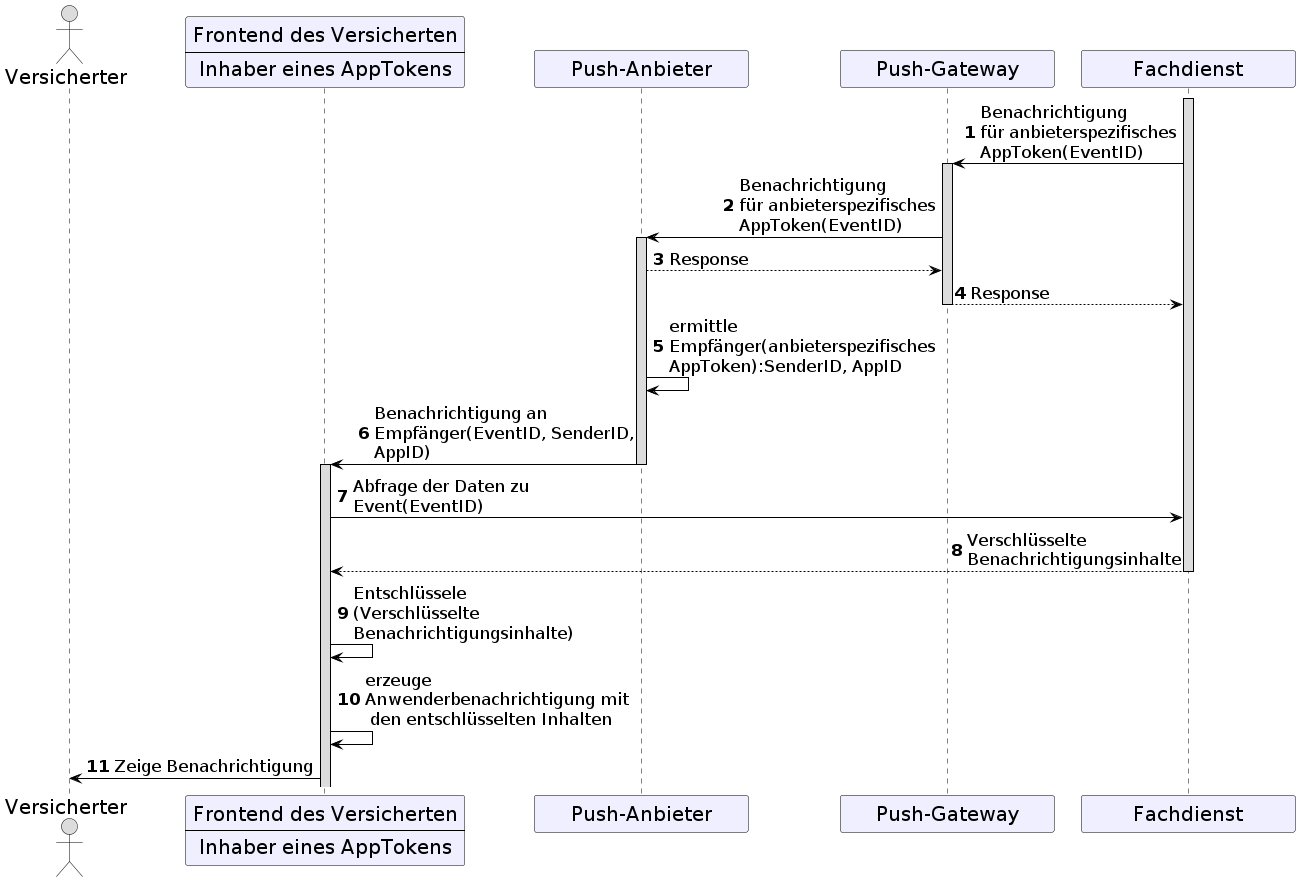
Earlier version of the PlantUML export images/diagrams/TI-M_ePA/push_notifications_fdv_delivery.png (gematik/api-ti-messenger). Its diagram source:
```plantuml
@startuml
skinparam sequenceMessageAlign direction
skinparam minClassWidth 200
skinparam BoxPadding 1
skinparam sequenceReferenceHeaderBackgroundColor palegreen
scale max 2048 width
skinparam maxMessageSize 300

skinparam sequence {
ArrowColor black
ArrowFontSize 17
ActorBorderColor black
LifeLineBorderColor black
LifeLineBackgroundColor Gainsboro

ParticipantBorderColor Motivation
ParticipantBackgroundColor Motivation
ParticipantFontSize 20
ParticipantFontColor black
ParticipantBorderColor Black
ParticipantBackgroundColor MOTIVATION

ActorBackgroundColor Gainsboro
ActorFontColor black
ActorFontSize 20
}

autonumber

    actor v as "Versicherter"
    participant fdv [
      Frontend des Versicherten
      ----
      Inhaber eines AppTokens
    ]
    participant pa as "Push-Anbieter"
    participant pg as "Push-Gateway"
    participant fd as "Fachdienst"

activate fd
fd->pg: Benachrichtigung \nfür anbieterspezifisches AppToken(EventID)
activate pg
pg->pa: Benachrichtigung \nfür anbieterspezifisches AppToken(EventID)
activate pa
pa-->pg: Response
pg-->fd: Response
deactivate pg
pa->pa: ermittle Empfänger(anbieterspezifisches AppToken):SenderID, AppID
pa->fdv: Benachrichtigung an Empfänger(EventID, SenderID, AppID)
deactivate pa
activate fdv
fdv->fd: Abfrage der Daten zu Event(EventID)
fd-->fdv: Verschlüsselte Benachrichtigungsinhalte
deactivate fd
fdv->fdv:Entschlüssele \n(Verschlüsselte Benachrichtigungsinhalte)
fdv->fdv:erzeuge Anwenderbenachrichtigung mit\n den entschlüsselten Inhalten
fdv->v:Zeige Benachrichtigung

@enduml
```
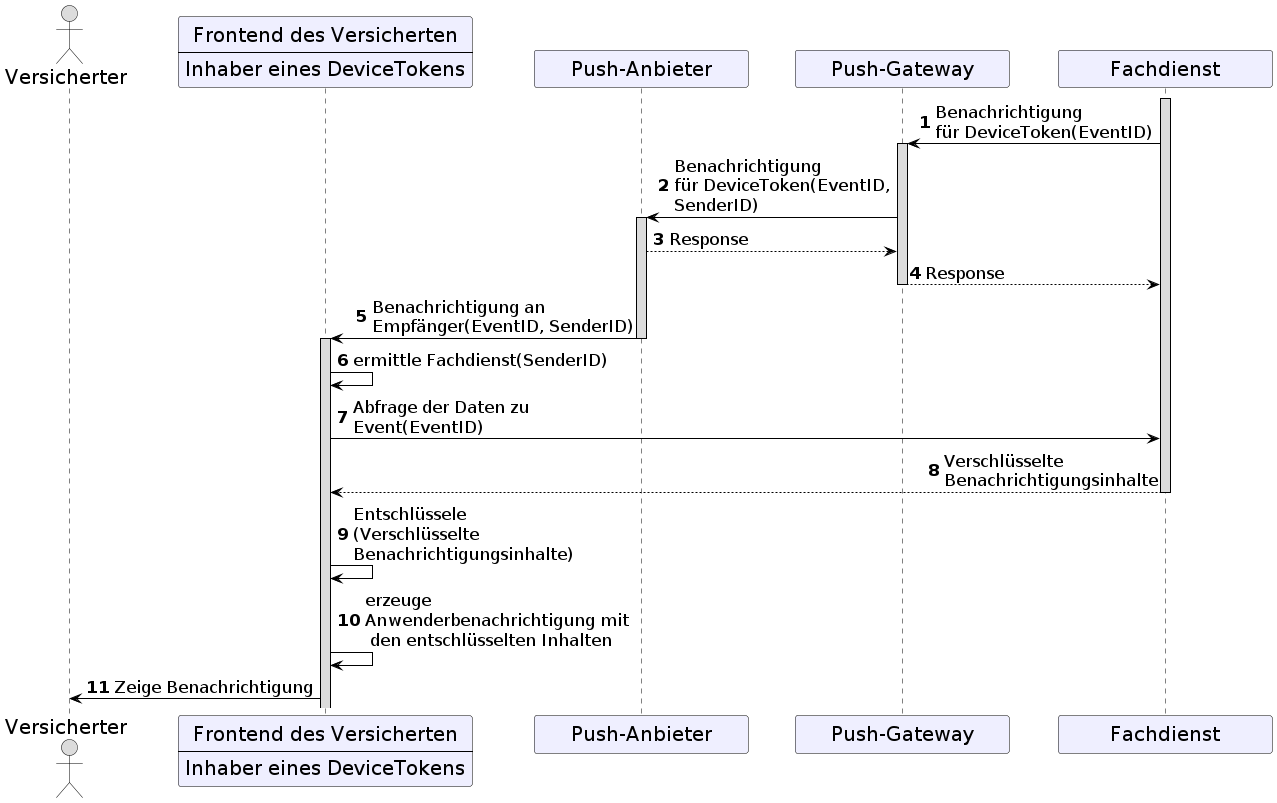
The same file after the commit.

What changed in the source:
```diff
@@ -31,24 +31,24 @@
     participant fdv [
       Frontend des Versicherten
       ----
-      Inhaber eines AppTokens
+      Inhaber eines DeviceTokens
     ]
     participant pa as "Push-Anbieter"
     participant pg as "Push-Gateway"
     participant fd as "Fachdienst"
 
 activate fd
-fd->pg: Benachrichtigung \nfür anbieterspezifisches AppToken(EventID)
+fd->pg: Benachrichtigung \nfür DeviceToken(EventID)
 activate pg
-pg->pa: Benachrichtigung \nfür anbieterspezifisches AppToken(EventID)
+pg->pa: Benachrichtigung \nfür DeviceToken(EventID, SenderID)
 activate pa
 pa-->pg: Response
 pg-->fd: Response
 deactivate pg
-pa->pa: ermittle Empfänger(anbieterspezifisches AppToken):SenderID, AppID
-pa->fdv: Benachrichtigung an Empfänger(EventID, SenderID, AppID)
+pa->fdv: Benachrichtigung an Empfänger(EventID, SenderID)
 deactivate pa
 activate fdv
+fdv->fdv: ermittle Fachdienst(SenderID)
 fdv->fd: Abfrage der Daten zu Event(EventID)
 fd-->fdv: Verschlüsselte Benachrichtigungsinhalte
 deactivate fd
```
